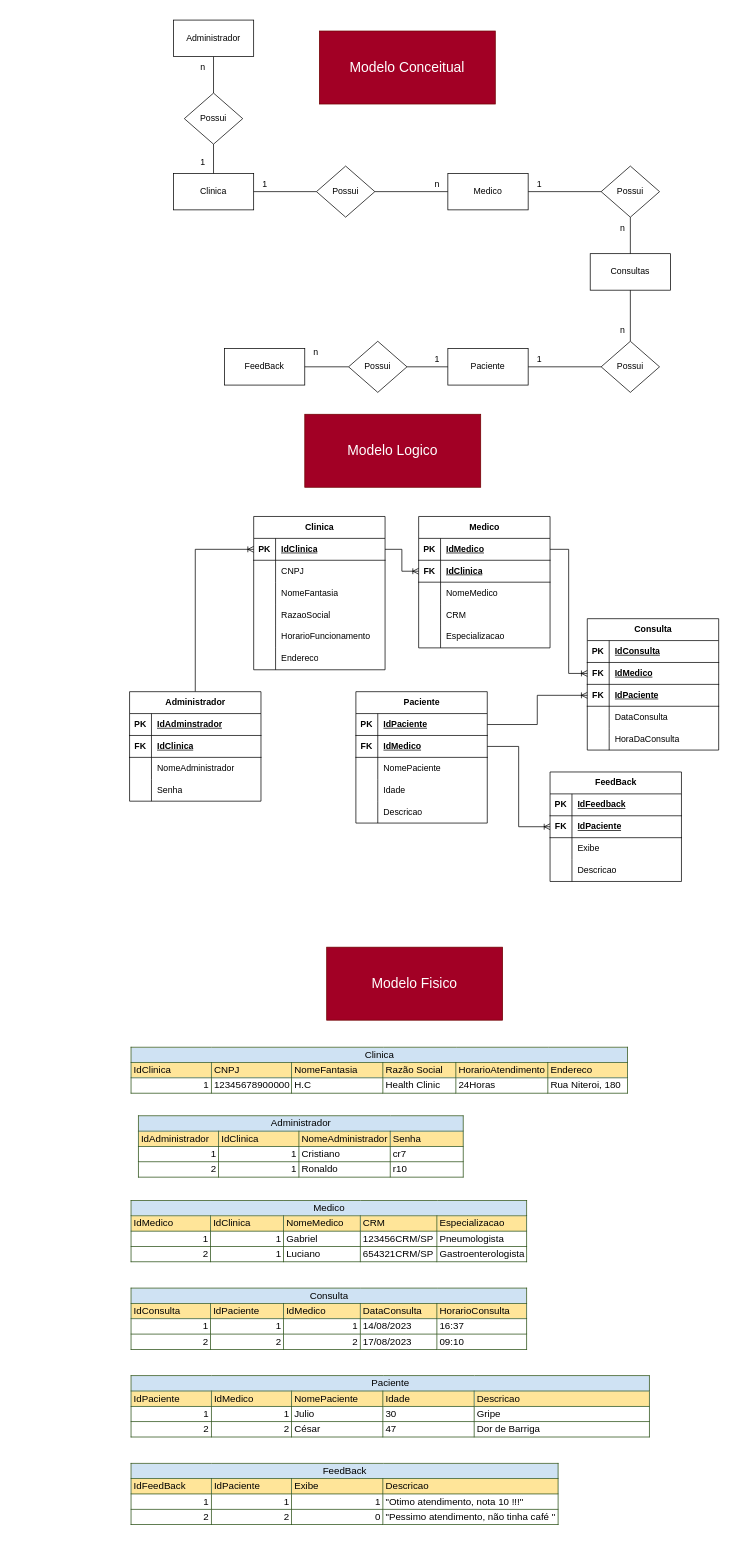
Before: Health_Clinic.drawio in AlbatrozPyt/Health_Clinic, a draw.io diagram. Source tidied: cells renumbered, new cells numbered last; positions are measured from the earlier drawing's top-left corner, leaving out a move shared by most shapes. Both pictures are drawn from the tidied source at 73%, with x=0, y=0 at pixel (129, 20).
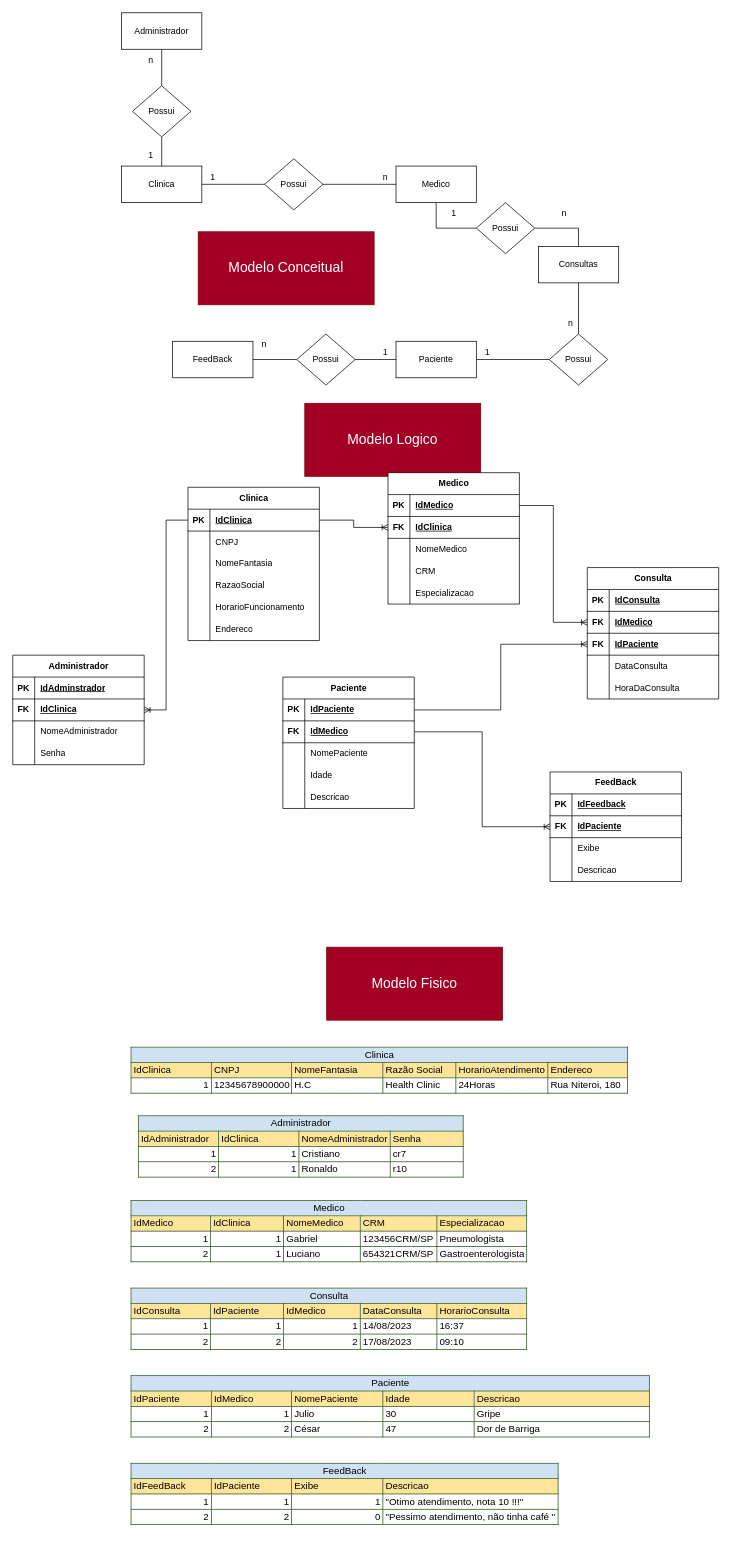
The same diagram, later.

The change refers to these unchanged cells:
```xml
<mxCell id="34" style="shape=tableRow;horizontal=0;startSize=0;swimlaneHead=0;swimlaneBody=0;fillColor=none;points=[[0,0.5],[1,0.5]];portConstraint=eastwest;top=0;left=0;right=0;bottom=1;" parent="30" vertex="1">
  <mxGeometry y="60" width="180" height="30" as="geometry" />
</mxCell>
<mxCell id="44" style="shape=tableRow;horizontal=0;startSize=0;swimlaneHead=0;swimlaneBody=0;fillColor=none;points=[[0,0.5],[1,0.5]];portConstraint=eastwest;top=0;left=0;right=0;bottom=1;" parent="43" vertex="1">
  <mxGeometry y="30" width="180" height="30" as="geometry" />
</mxCell>
```

Diff of the diagram source:
```diff
@@
     <mxCell id="3" value="Administrador" style="html=1;whiteSpace=wrap;" parent="1" vertex="1">
-      <mxGeometry x="60" width="110" height="50" as="geometry" />
+      <mxGeometry x="-11" y="-10" width="110" height="50" as="geometry" />
     </mxCell>
     <mxCell id="4" value="Clinica" style="html=1;whiteSpace=wrap;" parent="1" vertex="1">
-      <mxGeometry x="60" y="210" width="110" height="50" as="geometry" />
+      <mxGeometry x="-11" y="200" width="110" height="50" as="geometry" />
     </mxCell>
@@
     <mxCell id="6" value="Paciente" style="html=1;whiteSpace=wrap;" parent="1" vertex="1">
-      <mxGeometry x="436" y="450" width="110" height="50" as="geometry" />
+      <mxGeometry x="365" y="440" width="110" height="50" as="geometry" />
     </mxCell>
@@
     <mxCell id="9" value="Medico" style="html=1;whiteSpace=wrap;" parent="1" vertex="1">
-      <mxGeometry x="436" y="210" width="110" height="50" as="geometry" />
+      <mxGeometry x="365" y="200" width="110" height="50" as="geometry" />
     </mxCell>
     <mxCell id="10" value="Consultas" style="html=1;whiteSpace=wrap;" parent="1" vertex="1">
-      <mxGeometry x="631" y="320" width="110" height="50" as="geometry" />
+      <mxGeometry x="560" y="310" width="110" height="50" as="geometry" />
     </mxCell>
@@
     <mxCell id="12" value="Possui" style="rhombus;whiteSpace=wrap;html=1;" parent="1" vertex="1">
-      <mxGeometry x="256" y="200" width="80" height="70" as="geometry" />
+      <mxGeometry x="185" y="190" width="80" height="70" as="geometry" />
     </mxCell>
@@
     <mxCell id="14" value="Possui" style="rhombus;whiteSpace=wrap;html=1;" parent="1" vertex="1">
-      <mxGeometry x="646" y="200" width="80" height="70" as="geometry" />
+      <mxGeometry x="475" y="250" width="80" height="70" as="geometry" />
     </mxCell>
@@
     <mxCell id="16" value="Possui" style="rhombus;whiteSpace=wrap;html=1;" parent="1" vertex="1">
-      <mxGeometry x="646" y="440" width="80" height="70" as="geometry" />
+      <mxGeometry x="575" y="430" width="80" height="70" as="geometry" />
     </mxCell>
@@
     <mxCell id="18" value="Possui" style="rhombus;whiteSpace=wrap;html=1;" parent="1" vertex="1">
-      <mxGeometry x="75" y="100" width="80" height="70" as="geometry" />
+      <mxGeometry x="4" y="90" width="80" height="70" as="geometry" />
     </mxCell>
     <mxCell id="19" value="1" style="text;html=1;align=center;verticalAlign=middle;strokeColor=none;fillColor=none;" parent="1" vertex="1">
-      <mxGeometry x="85" y="180" width="30" height="30" as="geometry" />
+      <mxGeometry x="14" y="170" width="30" height="30" as="geometry" />
     </mxCell>
     <mxCell id="20" value="n" style="text;html=1;align=center;verticalAlign=middle;strokeColor=none;fillColor=none;" parent="1" vertex="1">
-      <mxGeometry x="85" y="50" width="30" height="30" as="geometry" />
+      <mxGeometry x="14" y="40" width="30" height="30" as="geometry" />
     </mxCell>
     <mxCell id="21" value="1" style="text;html=1;align=center;verticalAlign=middle;strokeColor=none;fillColor=none;" parent="1" vertex="1">
-      <mxGeometry x="170" y="210" width="30" height="30" as="geometry" />
+      <mxGeometry x="99" y="200" width="30" height="30" as="geometry" />
     </mxCell>
     <mxCell id="22" value="n" style="text;html=1;align=center;verticalAlign=middle;strokeColor=none;fillColor=none;" parent="1" vertex="1">
-      <mxGeometry x="406" y="210" width="30" height="30" as="geometry" />
+      <mxGeometry x="335" y="200" width="30" height="30" as="geometry" />
     </mxCell>
     <mxCell id="23" value="1" style="text;html=1;align=center;verticalAlign=middle;strokeColor=none;fillColor=none;" parent="1" vertex="1">
-      <mxGeometry x="546" y="210" width="30" height="30" as="geometry" />
+      <mxGeometry x="429" y="250" width="30" height="30" as="geometry" />
     </mxCell>
     <mxCell id="24" value="n" style="text;html=1;align=center;verticalAlign=middle;strokeColor=none;fillColor=none;" parent="1" vertex="1">
-      <mxGeometry x="660" y="270" width="30" height="30" as="geometry" />
+      <mxGeometry x="580" y="250" width="30" height="30" as="geometry" />
     </mxCell>
     <mxCell id="25" value="n" style="text;html=1;align=center;verticalAlign=middle;strokeColor=none;fillColor=none;" parent="1" vertex="1">
-      <mxGeometry x="660" y="410" width="30" height="30" as="geometry" />
+      <mxGeometry x="589" y="400" width="30" height="30" as="geometry" />
     </mxCell>
     <mxCell id="26" value="1" style="text;html=1;align=center;verticalAlign=middle;strokeColor=none;fillColor=none;" parent="1" vertex="1">
-      <mxGeometry x="546" y="450" width="30" height="30" as="geometry" />
+      <mxGeometry x="475" y="440" width="30" height="30" as="geometry" />
     </mxCell>
     <mxCell id="27" value="Modelo Conceitual" style="html=1;whiteSpace=wrap;fillColor=#a20025;fontColor=#ffffff;strokeColor=#6F0000;fontSize=19;" parent="1" vertex="1">
-      <mxGeometry x="260" y="15" width="241" height="100" as="geometry" />
+      <mxGeometry x="94" y="290" width="241" height="100" as="geometry" />
     </mxCell>
     <mxCell id="28" value="Modelo Logico" style="html=1;whiteSpace=wrap;fillColor=#a20025;fontColor=#ffffff;strokeColor=#6F0000;fontSize=19;" parent="1" vertex="1">
-      <mxGeometry x="240" y="540" width="241" height="100" as="geometry" />
+      <mxGeometry x="240" y="525" width="241" height="100" as="geometry" />
     </mxCell>
-    <mxCell id="29" style="edgeStyle=orthogonalEdgeStyle;rounded=0;jettySize=auto;html=1;entryX=0;entryY=0.5;entryDx=0;entryDy=0;endArrow=ERoneToMany;endFill=0;" parent="1" edge="1" source="30" target="44">
-      <mxGeometry relative="1" as="geometry" />
-    </mxCell>
     <mxCell id="30" value="Administrador" style="shape=table;startSize=30;childLayout=tableLayout;rowLines=0;fontStyle=1;align=center;html=1;" parent="1" vertex="1">
-      <mxGeometry y="920" width="180" height="150" as="geometry" />
+      <mxGeometry x="-160" y="870" width="180" height="150" as="geometry" />
     </mxCell>
@@
     <mxCell id="43" value="Clinica" style="shape=table;startSize=30;childLayout=tableLayout;rowLines=0;fontStyle=1;align=center;html=1;" parent="1" vertex="1">
-      <mxGeometry x="170" y="680" width="180" height="210" as="geometry" />
+      <mxGeometry x="80" y="640" width="180" height="210" as="geometry" />
     </mxCell>
@@
     <mxCell id="62" value="Medico" style="shape=table;startSize=30;childLayout=tableLayout;rowLines=0;fontStyle=1;align=center;html=1;" parent="1" vertex="1">
-      <mxGeometry x="396" y="680" width="180" height="180" as="geometry" />
+      <mxGeometry x="354" y="620" width="180" height="180" as="geometry" />
     </mxCell>
@@
     <mxCell id="78" value="Paciente" style="shape=table;startSize=30;childLayout=tableLayout;rowLines=0;fontStyle=1;align=center;html=1;" parent="1" vertex="1">
-      <mxGeometry x="310" y="920" width="180" height="180" as="geometry" />
+      <mxGeometry x="210" y="900" width="180" height="180" as="geometry" />
     </mxCell>
@@
     <mxCell id="94" value="Consulta" style="shape=table;startSize=30;childLayout=tableLayout;rowLines=0;fontStyle=1;align=center;html=1;" parent="1" vertex="1">
-      <mxGeometry x="627" y="820" width="180" height="180" as="geometry" />
+      <mxGeometry x="627" y="750" width="180" height="180" as="geometry" />
     </mxCell>
@@
     <mxCell id="126" value="FeedBack" style="html=1;whiteSpace=wrap;" parent="1" vertex="1">
-      <mxGeometry x="130" y="450" width="110" height="50" as="geometry" />
+      <mxGeometry x="59" y="440" width="110" height="50" as="geometry" />
     </mxCell>
@@
     <mxCell id="129" value="Possui" style="rhombus;whiteSpace=wrap;html=1;" parent="1" vertex="1">
-      <mxGeometry x="300" y="440" width="80" height="70" as="geometry" />
+      <mxGeometry x="229" y="430" width="80" height="70" as="geometry" />
     </mxCell>
     <mxCell id="130" value="1" style="text;html=1;align=center;verticalAlign=middle;strokeColor=none;fillColor=none;" parent="1" vertex="1">
-      <mxGeometry x="406" y="450" width="30" height="30" as="geometry" />
+      <mxGeometry x="335" y="440" width="30" height="30" as="geometry" />
     </mxCell>
     <mxCell id="131" value="n" style="text;html=1;align=center;verticalAlign=middle;strokeColor=none;fillColor=none;" parent="1" vertex="1">
-      <mxGeometry x="240" y="440" width="30" height="30" as="geometry" />
+      <mxGeometry x="169" y="430" width="30" height="30" as="geometry" />
     </mxCell>
@@
+    <mxCell id="140" style="edgeStyle=orthogonalEdgeStyle;rounded=0;jettySize=auto;html=1;entryX=1;entryY=0.5;entryDx=0;entryDy=0;endArrow=ERoneToMany;endFill=0;" parent="1" edge="1" source="44" target="34">
+      <mxGeometry relative="1" as="geometry" />
+    </mxCell>
```
